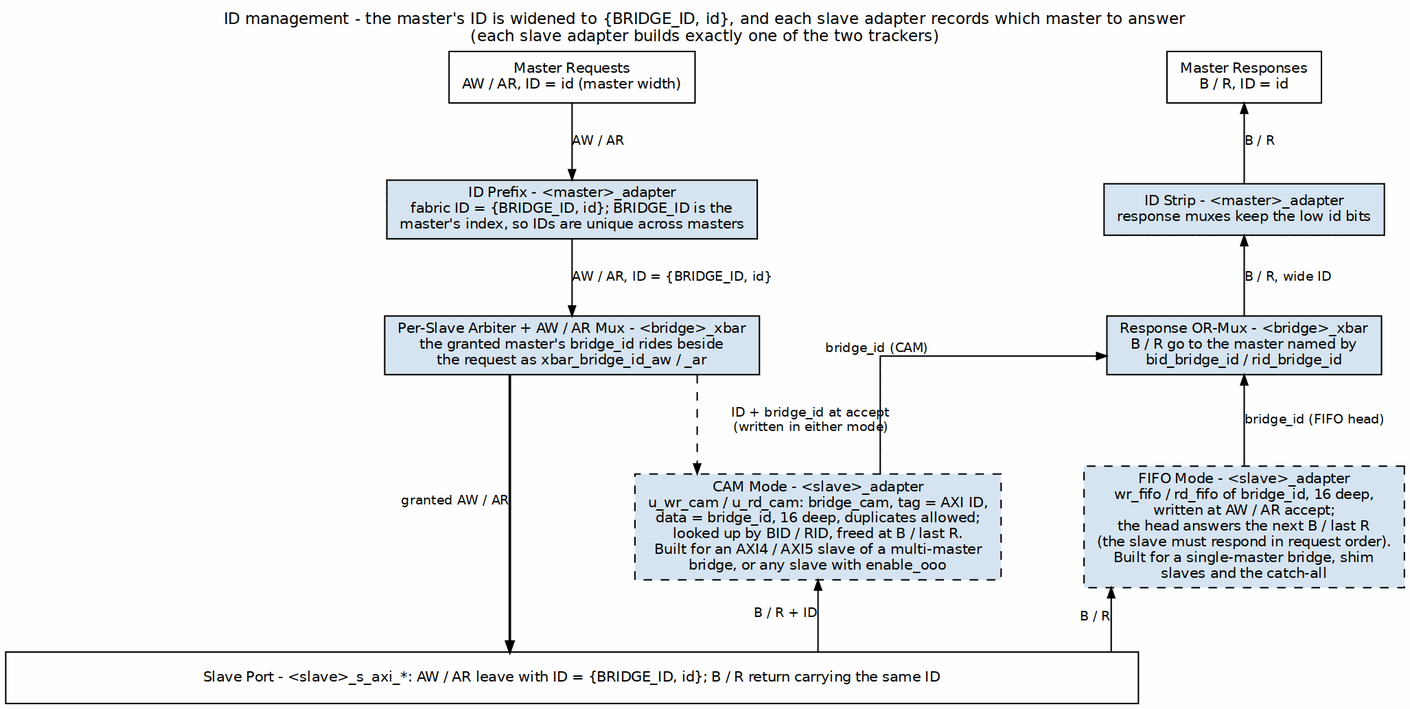
Earlier version of the Graphviz export projects/components/fabric-gen-ip/bridge/docs/bridge_mas/assets/graphviz/id_management.png (sean-galloway/RTLDesignSherpa). Its source is kept beside it as projects/components/fabric-gen-ip/bridge/docs/bridge_mas/assets/graphviz/id_management.dot.
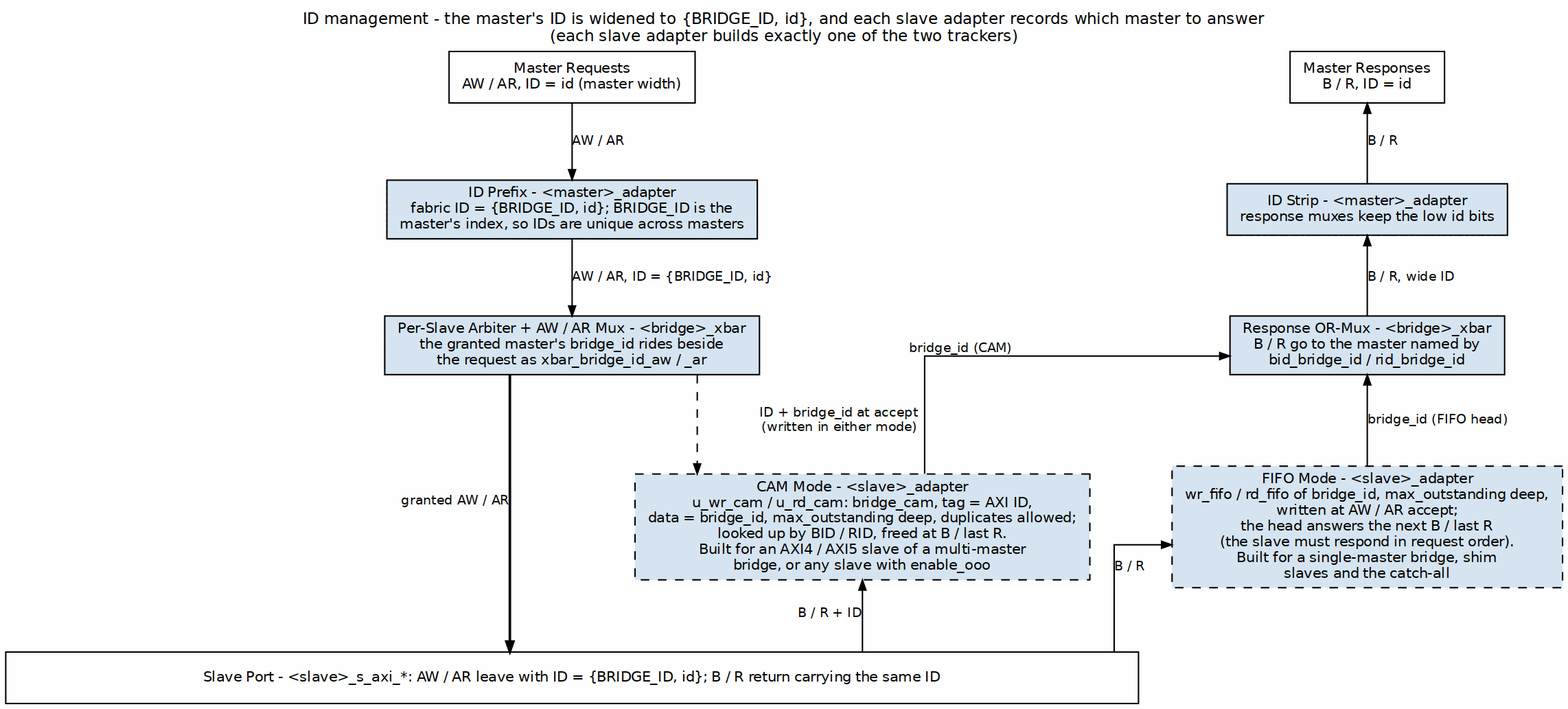
Later version of the same file.

Diff of the diagram source:
```diff
@@ -21,8 +21,8 @@
     { rank=same; arb; rmux; }
     arb -> rmux [style=invis];
 
-    cam [label="CAM Mode - <slave>_adapter\nu_wr_cam / u_rd_cam: bridge_cam, tag = AXI ID,\ndata = bridge_id, 16 deep, duplicates allowed;\nlooked up by BID / RID, freed at B / last R.\nBuilt for an AXI4 / AXI5 slave of a multi-master\nbridge, or any slave with enable_ooo", style="filled,dashed"];
-    fifo [label="FIFO Mode - <slave>_adapter\nwr_fifo / rd_fifo of bridge_id, 16 deep,\nwritten at AW / AR accept;\nthe head answers the next B / last R\n(the slave must respond in request order).\nBuilt for a single-master bridge, shim\nslaves and the catch-all", style="filled,dashed", group=R];
+    cam [label="CAM Mode - <slave>_adapter\nu_wr_cam / u_rd_cam: bridge_cam, tag = AXI ID,\ndata = bridge_id, max_outstanding deep, duplicates allowed;\nlooked up by BID / RID, freed at B / last R.\nBuilt for an AXI4 / AXI5 slave of a multi-master\nbridge, or any slave with enable_ooo", style="filled,dashed"];
+    fifo [label="FIFO Mode - <slave>_adapter\nwr_fifo / rd_fifo of bridge_id, max_outstanding deep,\nwritten at AW / AR accept;\nthe head answers the next B / last R\n(the slave must respond in request order).\nBuilt for a single-master bridge, shim\nslaves and the catch-all", style="filled,dashed", group=R];
     { rank=same; cam; fifo; }
 
     bar [label="Slave Port - <slave>_s_axi_*: AW / AR leave with ID = {BRIDGE_ID, id}; B / R return carrying the same ID",
```
